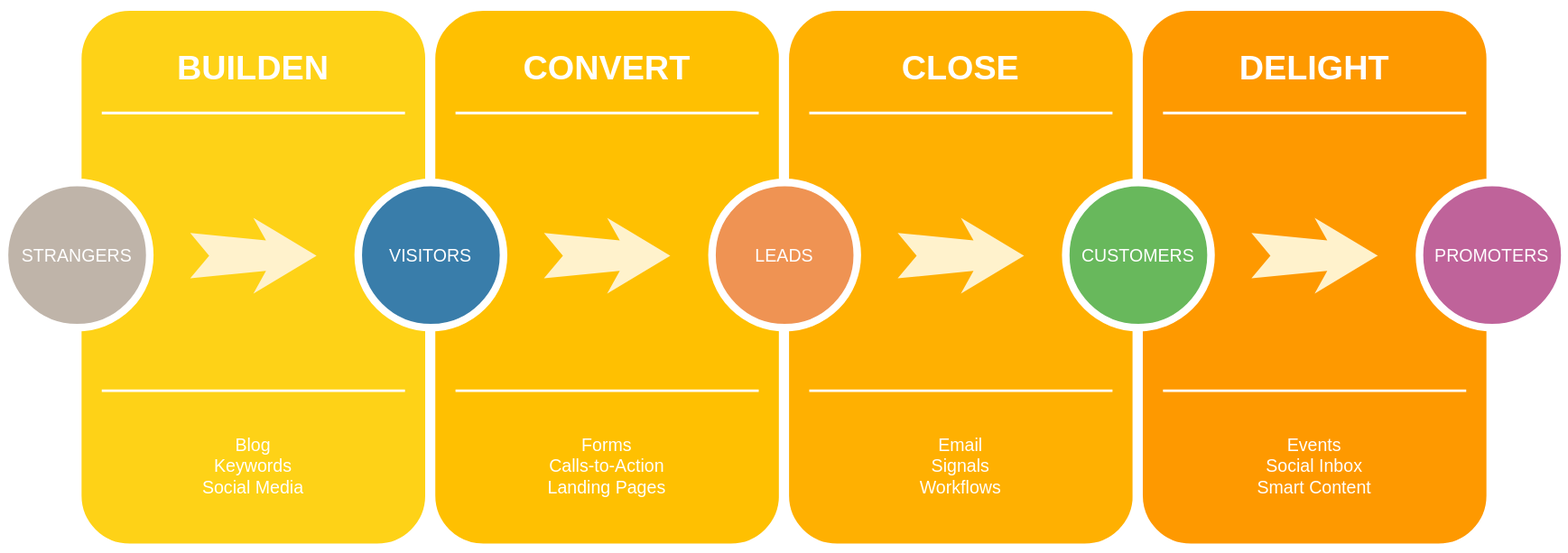
The draw.io diagram HappyDraw.drawio.svg in builden/drawio-diagram, before a commit. Source tidied: cells renumbered, new cells last; positions are measured from the earlier drawing's top-left corner, leaving out a move shared by most shapes.
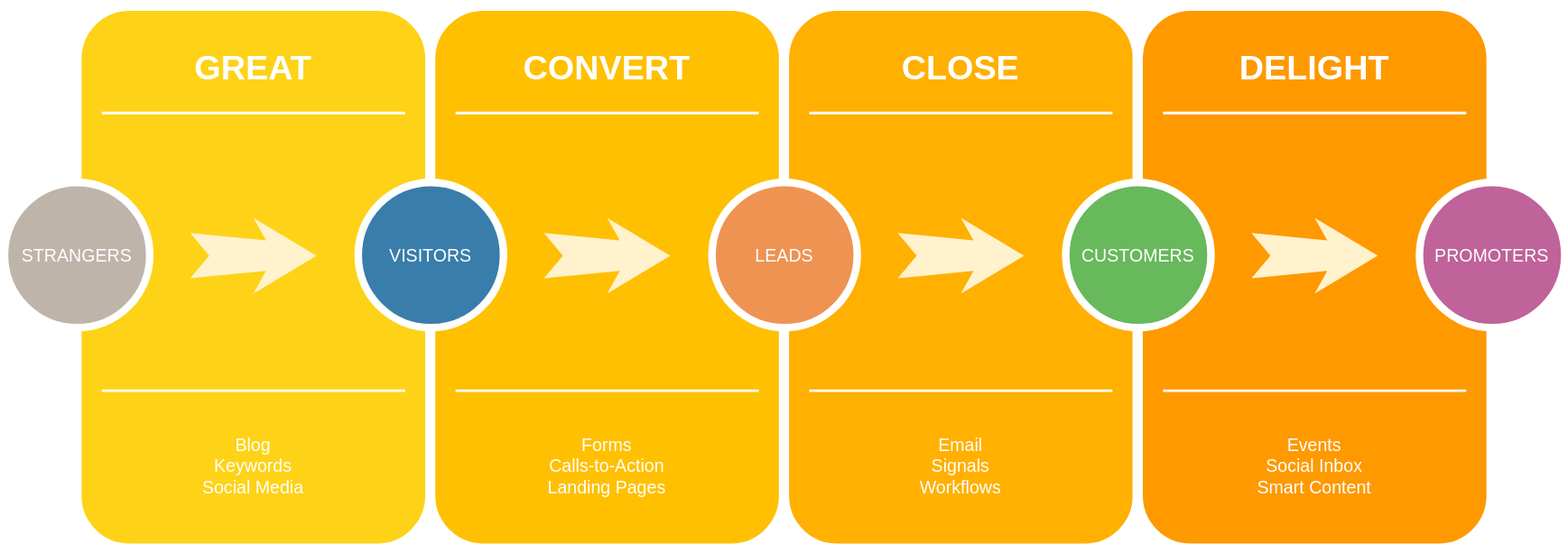
After the change.

What changed in the source:
```diff
@@ -5,7 +5,7 @@
     <mxCell id="2" style="whiteSpace=wrap;html=1;rounded=1;shadow=0;strokeWidth=8;fontSize=20;align=center;fillColor=#FED217;strokeColor=#FFFFFF;" parent="1" vertex="1">
       <mxGeometry x="57" width="280" height="430" as="geometry" />
     </mxCell>
-    <mxCell id="3" value="BUILDEN" style="text;html=1;strokeColor=none;fillColor=none;align=center;verticalAlign=middle;whiteSpace=wrap;rounded=0;shadow=0;fontSize=27;fontColor=#FFFFFF;fontStyle=1;" parent="1" vertex="1">
+    <mxCell id="3" value="GREAT" style="text;html=1;strokeColor=none;fillColor=none;align=center;verticalAlign=middle;whiteSpace=wrap;rounded=0;shadow=0;fontSize=27;fontColor=#FFFFFF;fontStyle=1;" parent="1" vertex="1">
       <mxGeometry x="57" y="20" width="280" height="60" as="geometry" />
     </mxCell>
     <mxCell id="4" value="Blog&lt;div&gt;Keywords&lt;/div&gt;&lt;div&gt;Social Media&lt;/div&gt;" style="text;html=1;strokeColor=none;fillColor=none;align=center;verticalAlign=middle;whiteSpace=wrap;rounded=0;shadow=0;fontSize=14;fontColor=#FFFFFF;" parent="1" vertex="1">
```
